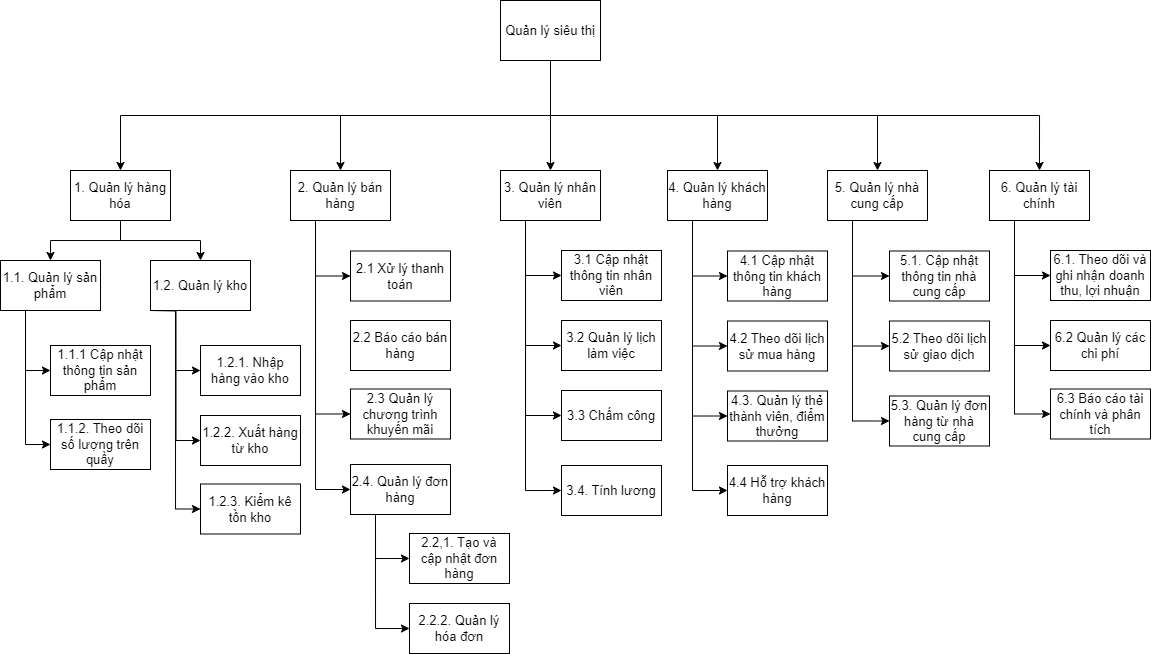
Above: Sơ đồ phân rã chức năng.drawio.png in DatLe328/Phan-tich-thiet-ke-he-thong (draw.io), before the change. Source tidied: cells renumbered, new cells last; positions are measured from the earlier drawing's top-left corner, leaving out a move shared by most shapes.
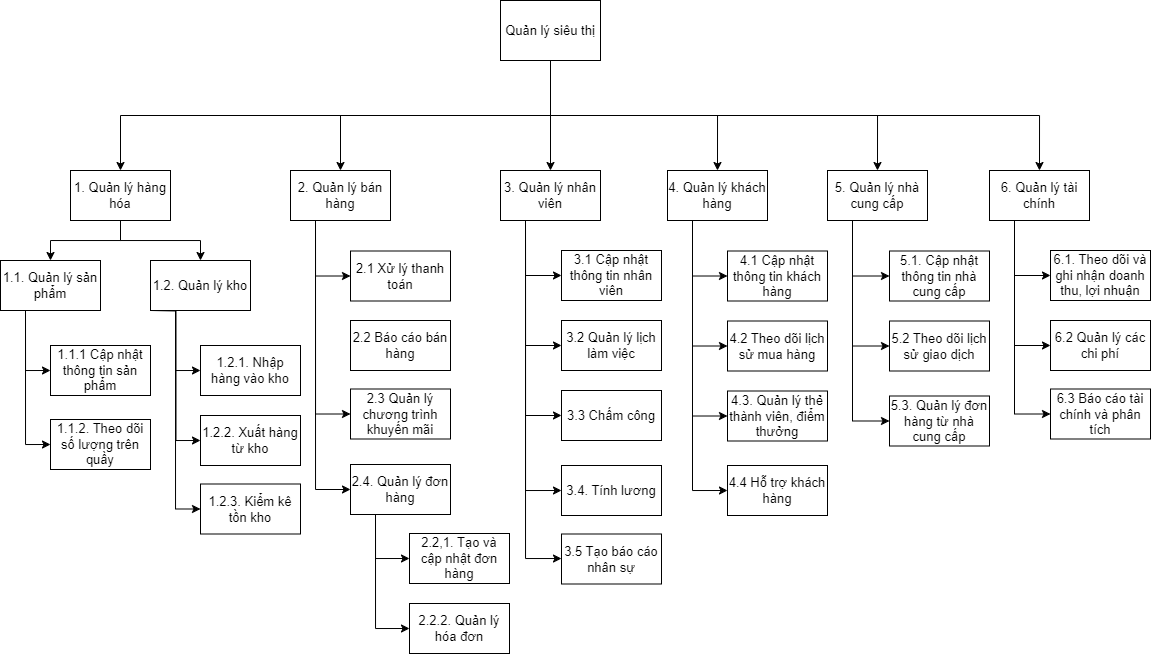
After the commit.

Commit message:
Cập nhật Sơ đồ phân rã chức năng.drawio.png

Diff of the diagram source:
```diff
@@ -59,6 +59,13 @@
     <mxCell id="20" style="edgeStyle=orthogonalEdgeStyle;rounded=0;jettySize=auto;html=1;exitX=0.25;exitY=1;exitDx=0;exitDy=0;entryX=0;entryY=0.5;entryDx=0;entryDy=0;fontSize=13;" parent="1" edge="1" source="21" target="60">
       <mxGeometry relative="1" as="geometry" />
     </mxCell>
+    <mxCell id="68" style="edgeStyle=orthogonalEdgeStyle;rounded=0;jettySize=auto;html=1;exitX=0.25;exitY=1;exitDx=0;exitDy=0;" parent="1" edge="1" source="21" target="69">
+      <mxGeometry relative="1" as="geometry">
+        <Array as="points">
+          <mxPoint x="525" y="558" />
+        </Array>
+      </mxGeometry>
+    </mxCell>
     <mxCell id="21" value="3. Quản lý nhân viên" style="html=1;dashed=0;whiteSpace=wrap;fontSize=13;" parent="1" vertex="1">
       <mxGeometry x="500" y="170" width="100" height="50" as="geometry" />
     </mxCell>
@@ -202,5 +209,8 @@
     <mxCell id="67" value="2.2 Báo cáo bán hàng" style="html=1;dashed=0;whiteSpace=wrap;fontSize=13;" parent="1" vertex="1">
       <mxGeometry x="350" y="320" width="100" height="50" as="geometry" />
     </mxCell>
+    <mxCell id="69" value="3.5 Tạo báo cáo nhân sự" style="html=1;dashed=0;whiteSpace=wrap;fontSize=13;" parent="1" vertex="1">
+      <mxGeometry x="561" y="533.5" width="100" height="50" as="geometry" />
+    </mxCell>
   </root>
 </mxGraphModel>
```
